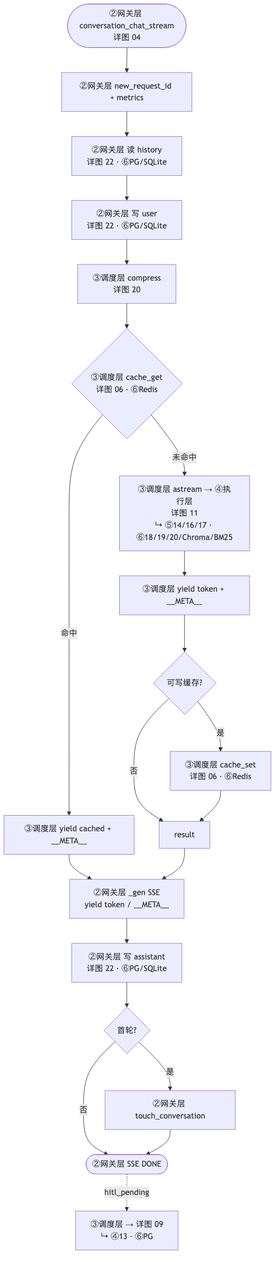
Earlier version of the Mermaid export project_00_rag_agent/docs/diagrams/08_ask_stream.png (charlie-chann/ai-agent-langgraph-main). Its source is kept beside it as project_00_rag_agent/docs/diagrams/source/08_ask_stream.mmd.
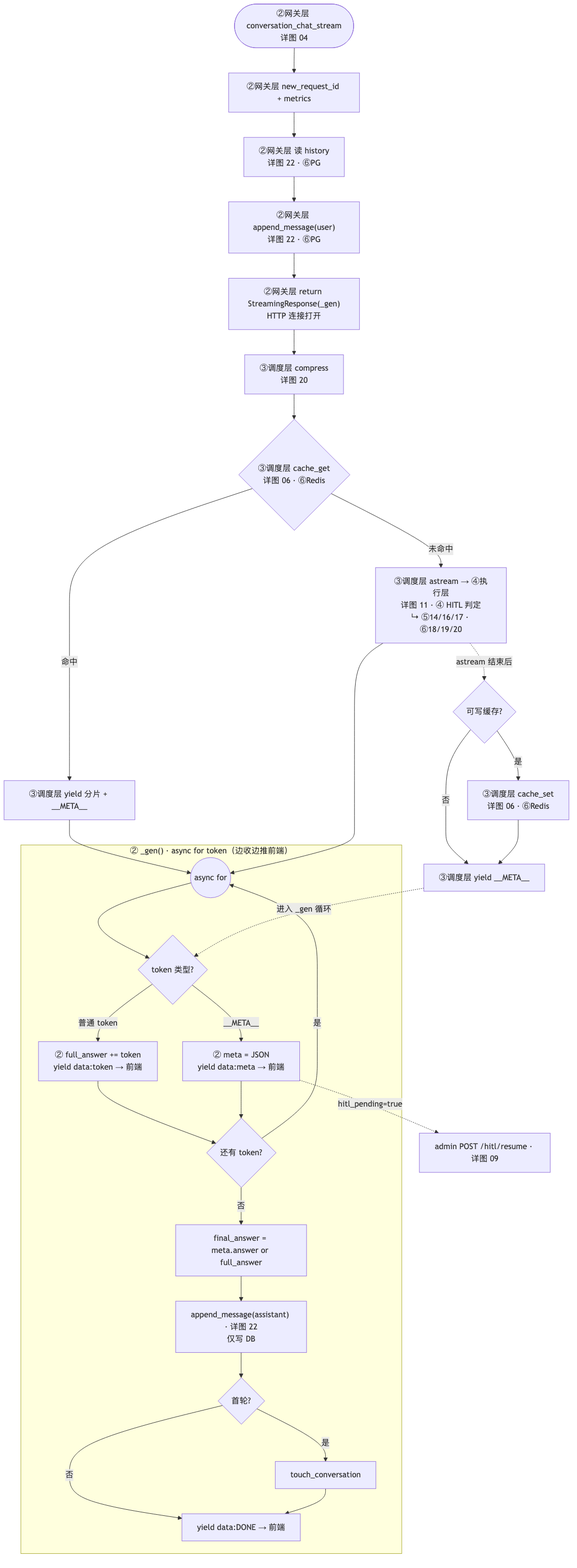
Later version of the same file.

The edit, as a diff of the source:
```diff
@@ -1,28 +1,43 @@
 flowchart TD
     START(["②网关层 conversation_chat_stream<br/>详图 04"]) --> RID["②网关层 new_request_id + metrics"]
-    RID --> LOAD["②网关层 读 history<br/>详图 22 · ⑥PG/SQLite"]
-    LOAD --> UMSG["②网关层 写 user<br/>详图 22 · ⑥PG/SQLite"]
+    RID --> LOAD["②网关层 读 history<br/>详图 22 · ⑥PG"]
+    LOAD --> UMSG["②网关层 append_message(user)<br/>详图 22 · ⑥PG"]
+    UMSG --> RESP["②网关层 return StreamingResponse(_gen)<br/>HTTP 连接打开"]
 
-    UMSG --> A1["③调度层 compress<br/>详图 20"]
+    RESP --> A1["③调度层 compress<br/>详图 20"]
     A1 --> A2{"③调度层 cache_get<br/>详图 06 · ⑥Redis"}
 
-    A2 -->|命中| A2H["③调度层 yield cached + __META__"]
-    A2 -->|未命中| A3["③调度层 astream → ④执行层<br/>详图 11<br/>↳ ⑤14/16/17 · ⑥18/19/20/Chroma/BM25"]
+    A2 -->|命中| A2H["③调度层 yield 分片 + __META__"]
+    A2 -->|未命中| A3["③调度层 astream → ④执行层<br/>详图 11 · ④ HITL 判定<br/>↳ ⑤14/16/17 · ⑥18/19/20"]
 
-    A3 --> A4["③调度层 yield token + __META__"]
-    A4 --> A5{可写缓存?}
+    A2H --> LOOP
+    A3 --> LOOP
+
+    subgraph GEN["② _gen() · async for token（边收边推前端）"]
+        LOOP((async for))
+        LOOP --> KIND{token 类型?}
+
+        KIND -->|普通 token| TOK["② full_answer += token<br/>yield data:token → 前端"]
+        KIND -->|__META__| META["② meta = JSON<br/>yield data:meta → 前端"]
+
+        TOK --> MORE{还有 token?}
+        META --> MORE
+        MORE -->|是| LOOP
+        MORE -->|否| FINAL
+
+        FINAL["final_answer = meta.answer or full_answer"]
+        FINAL --> ASST["append_message(assistant) · 详图 22<br/>仅写 DB"]
+        ASST --> TIT{首轮?}
+        TIT -->|是| TITLE["touch_conversation"]
+        TIT -->|否| DONE
+        TITLE --> DONE["yield data:DONE → 前端"]
+    end
+
+    A3 -.->|astream 结束后| A5{可写缓存?}
     A5 -->|是| A6["③调度层 cache_set<br/>详图 06 · ⑥Redis"]
-    A5 -->|否| MERGE[result]
-    A6 --> MERGE
+    A5 -->|否| A7["③调度层 yield __META__"]
+    A6 --> A7
+    A7 -.->|进入 _gen 循环| KIND
 
-    A2H --> WRAP
-    MERGE --> WRAP["②网关层 _gen SSE<br/>yield token / __META__"]
+    META -.->|hitl_pending=true| H09["admin POST /hitl/resume · 详图 09"]
 
-    WRAP --> SAVE["②网关层 写 assistant<br/>详图 22 · ⑥PG/SQLite"]
-    SAVE --> TIT{首轮?}
-    TIT -->|是| TITLE["②网关层 touch_conversation"]
-    TIT -->|否| RETURN
-    TITLE --> RETURN(["②网关层 SSE DONE"])
-
-    RETURN -.->|hitl_pending| H09["③调度层 → 详图 09<br/>↳ ④13 · ⑥PG"]
-
```
